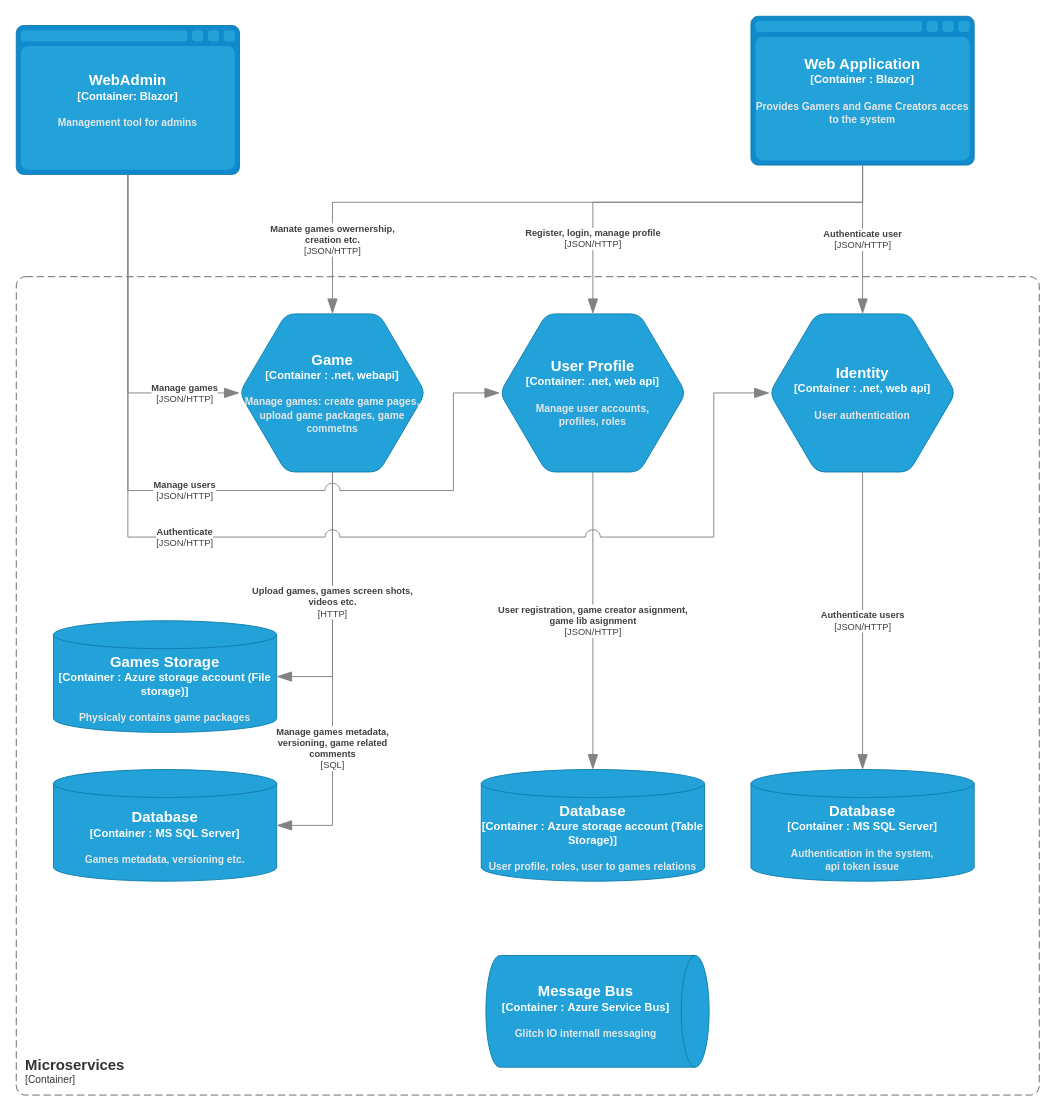
Above: docs/glich-io-container-diagram-microservices.drawio in iivchenko/glitch-io (draw.io), before the change. Source tidied: cells renumbered, new cells numbered last; positions are measured from the earlier drawing's top-left corner, leaving out a move shared by most shapes. Both pictures are drawn from the tidied source at 93%, with x=0, y=0 at pixel (16, 16).
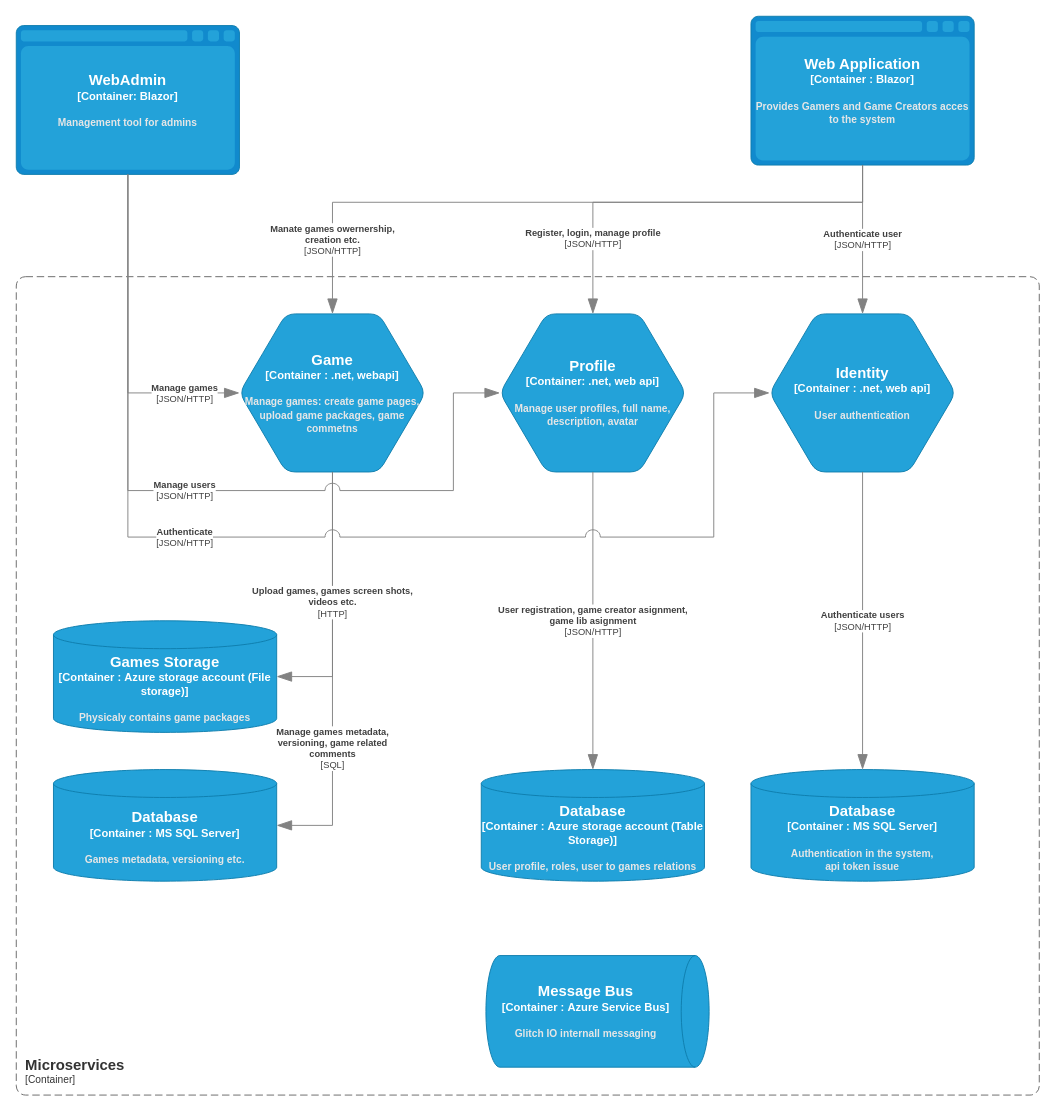
After the change.

What changed in the source:
```diff
@@
-    <object id="4" label="&lt;font style=&quot;font-size: 16px&quot;&gt;&lt;b&gt;%c4Type%&lt;/font&gt;&lt;div&gt;[%c4Container%:&amp;nbsp;%c4Technology%]&lt;/div&gt;&lt;br&gt;&lt;div&gt;&lt;font style=&quot;font-size: 11px&quot;&gt;&lt;font color=&quot;#E6E6E6&quot;&gt;%c4Description%&lt;/font&gt;&lt;/div&gt;" c4Container="Container" c4Description="Manage user accounts, &#10;profiles, roles" c4Technology=".net, web api" c4Type="User Profile" placeholders="1">
+    <object id="4" label="&lt;font style=&quot;font-size: 16px&quot;&gt;&lt;b&gt;%c4Type%&lt;/font&gt;&lt;div&gt;[%c4Container%:&amp;nbsp;%c4Technology%]&lt;/div&gt;&lt;br&gt;&lt;div&gt;&lt;font style=&quot;font-size: 11px&quot;&gt;&lt;font color=&quot;#E6E6E6&quot;&gt;%c4Description%&lt;/font&gt;&lt;/div&gt;" c4Container="Container" c4Description="Manage user profiles, full name, description, avatar" c4Technology=".net, web api" c4Type="Profile" placeholders="1">
       <mxCell style="shape=hexagon;size=50;perimeter=hexagonPerimeter2;whiteSpace=wrap;html=1;fixedSize=1;rounded=1;labelBackgroundColor=none;fillColor=#23A2D9;fontSize=12;fontColor=#ffffff;align=center;strokeColor=#0E7DAD;points=[[0.5,0,0],[1,0.25,0],[1,0.5,0],[1,0.75,0],[0.5,1,0],[0,0.75,0],[0,0.5,0],[0,0.25,0]];" parent="1" vertex="1">
         <mxGeometry x="520" y="320" width="200" height="170" as="geometry" />
       </mxCell>
     </object>
```
